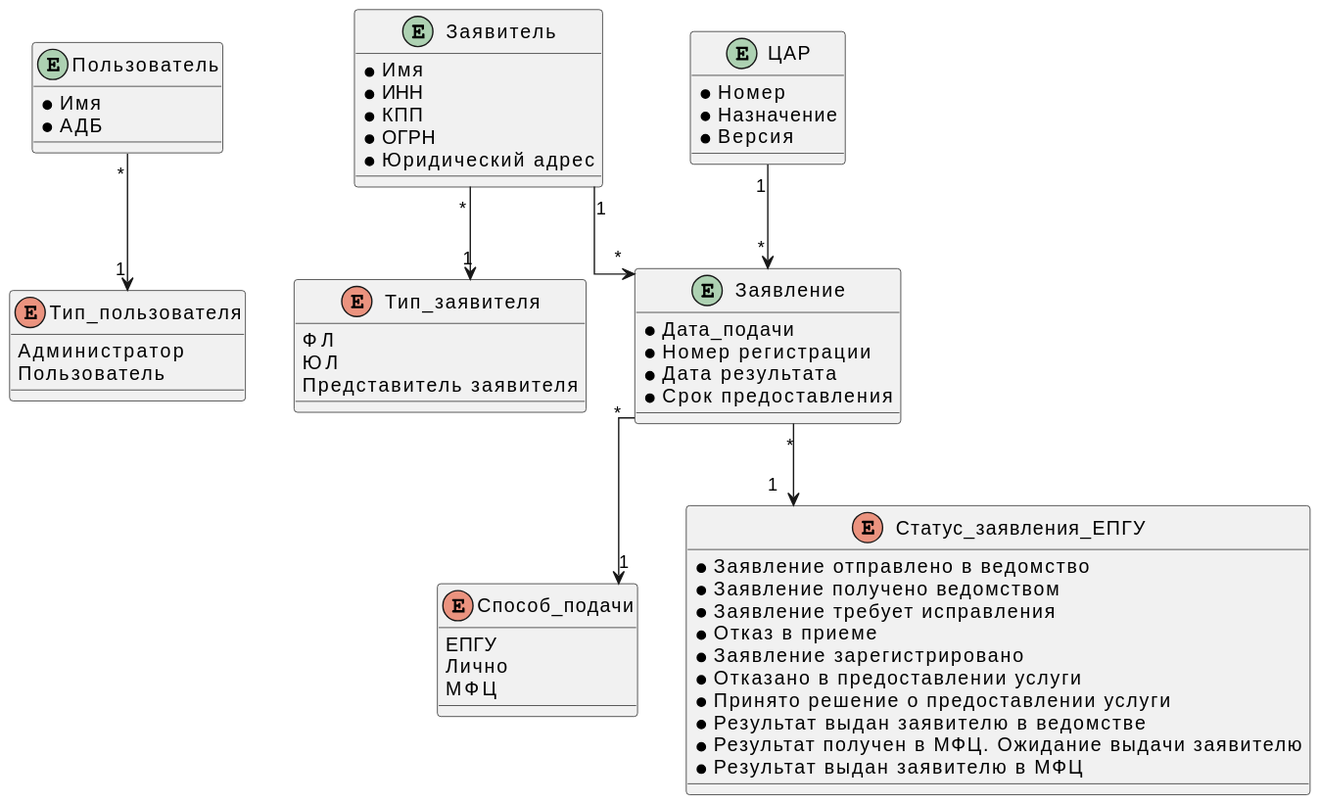
sonorame/docs_kcr keeps this PlantUML diagram as docs/docs/diagrams/out/class.svg. Above is the earlier version. Its diagram source:
```plantuml
@startuml
skinparam linetype ortho

Entity Пользователь {
  *Имя
  *АДБ
}

Enum Тип_пользователя{
  Администратор
  Пользователь
}

Entity Заявитель {
  *Имя
  *ИНН
  *КПП
  *ОГРН
  *Юридический адрес
}

Enum Тип_заявителя{
  ФЛ
  ЮЛ
  Представитель заявителя
}

Entity Заявление {
  *Дата_подачи
  *Номер регистрации
  *Дата результата
  *Срок предоставления
}

Enum Способ_подачи{
  ЕПГУ
  Лично
  МФЦ
}

Enum Статус_заявления_ЕПГУ {
  *Заявление отправлено в ведомство
  *Заявление получено ведомством
  *Заявление требует исправления
  *Отказ в приеме
  *Заявление зарегистрировано
  *Отказано в предоставлении услуги
  *Принято решение о предоставлении услуги
  *Результат выдан заявителю в ведомстве
  *Результат получен в МФЦ. Ожидание выдачи заявителю
  *Результат выдан заявителю в МФЦ
}

Entity ЦАР {
  *Номер
  *Назначение
  *Версия
}




Заявитель "*" --> "1" Тип_заявителя
Заявитель "1" --> "*" Заявление
Заявление "*" --> "1" Статус_заявления_ЕПГУ
ЦАР "1" --> "*" Заявление
Заявление "*" --> "1" Способ_подачи
Пользователь "*" --> "1" Тип_пользователя
@enduml
```
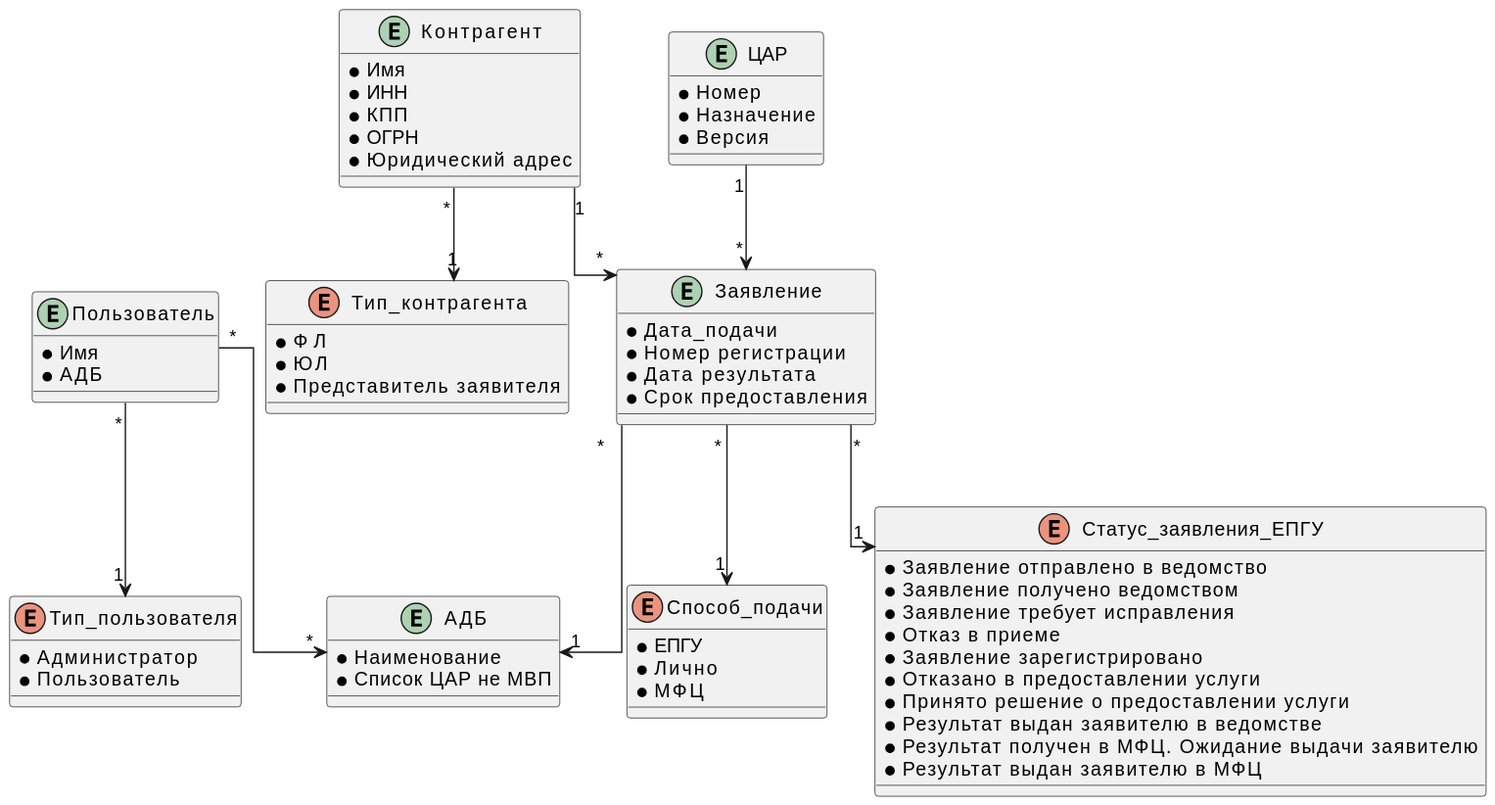
The same file after the commit.

What changed in the source:
```diff
@@ -6,12 +6,17 @@
   *АДБ
 }
 
-Enum Тип_пользователя{
-  Администратор
-  Пользователь
+Entity АДБ {
+  *Наименование
+  *Список ЦАР не МВП
 }
 
-Entity Заявитель {
+Enum Тип_пользователя{
+  *Администратор
+  *Пользователь
+}
+
+Entity Контрагент {
   *Имя
   *ИНН
   *КПП
@@ -19,10 +24,10 @@
   *Юридический адрес
 }
 
-Enum Тип_заявителя{
-  ФЛ
-  ЮЛ
-  Представитель заявителя
+Enum Тип_контрагента {
+  *ФЛ
+  *ЮЛ
+  *Представитель заявителя
 }
 
 Entity Заявление {
@@ -33,9 +38,9 @@
 }
 
 Enum Способ_подачи{
-  ЕПГУ
-  Лично
-  МФЦ
+  *ЕПГУ
+  *Лично
+  *МФЦ
 }
 
 Enum Статус_заявления_ЕПГУ {
@@ -57,11 +62,10 @@
   *Версия
 }
 
-
-
-
-Заявитель "*" --> "1" Тип_заявителя
-Заявитель "1" --> "*" Заявление
+Пользователь "*" --> "*" АДБ
+Заявление "*" --> "1" АДБ
+Контрагент "*" --> "1" Тип_контрагента
+Контрагент "1" --> "*" Заявление
 Заявление "*" --> "1" Статус_заявления_ЕПГУ
 ЦАР "1" --> "*" Заявление
 Заявление "*" --> "1" Способ_подачи
```
